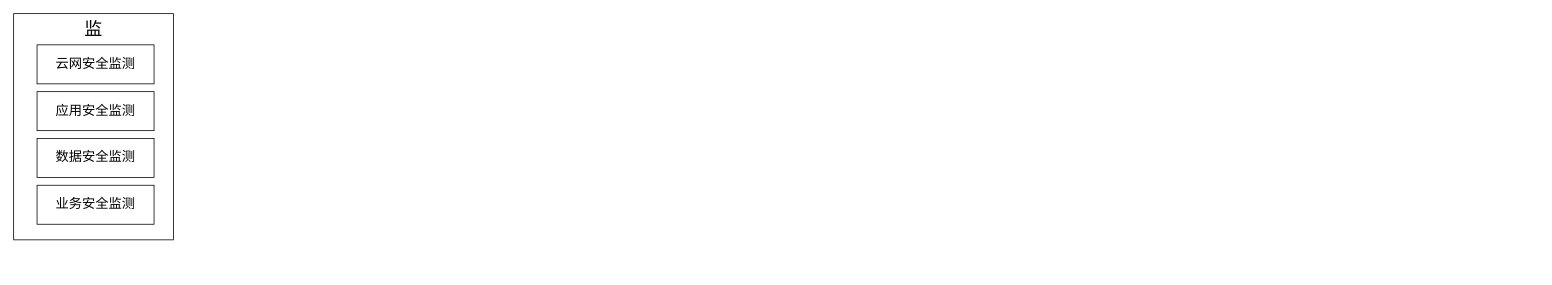
razor/1102_decoration keeps this draw.io diagram as 2024安全技术能力全景图.drawio. Above is the earlier version. Source tidied: cells renumbered, new cells numbered last; positions are measured from the earlier drawing's top-left corner, leaving out a move shared by most shapes. Both pictures are drawn from the tidied source at 78%, with x=0, y=0 at pixel (13, 13).
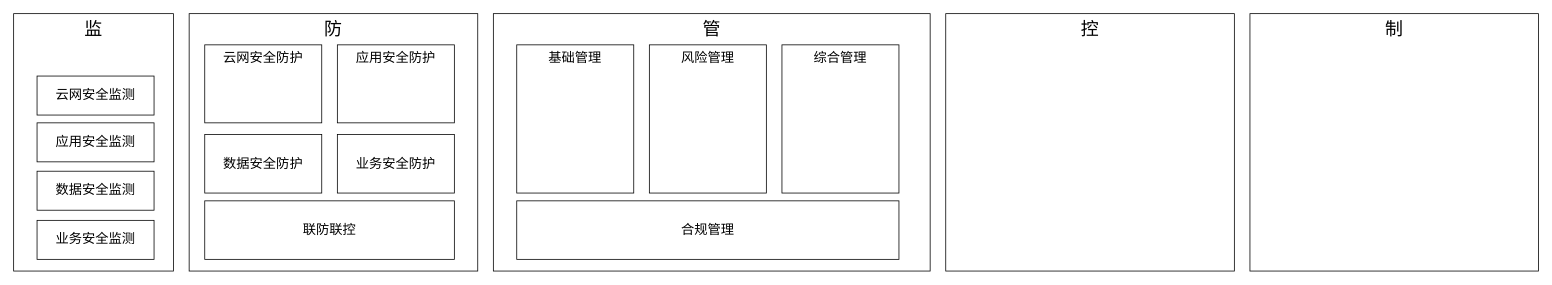
After the change.

Commit message (it also covers changes not shown here):
更新2024安全技术能力全景图.drawio

What changed in the source:
```diff
@@
 <mxGraphModel>
   <root>
     <mxCell id="0" />
     <mxCell id="1" parent="0" />
     <mxCell id="2" value="&lt;span style=&quot;font-size: 23px;&quot;&gt;监&lt;/span&gt;" style="rounded=0;whiteSpace=wrap;html=1;verticalAlign=top;fontSize=23;fontStyle=0;" parent="1" vertex="1">
-      <mxGeometry width="205" height="290" as="geometry" />
+      <mxGeometry width="205" height="330" as="geometry" />
     </mxCell>
     <mxCell id="3" value="&lt;font style=&quot;font-size: 17px;&quot;&gt;云网安全监测&lt;/font&gt;" style="rounded=0;whiteSpace=wrap;html=1;fontStyle=0;" parent="1" vertex="1">
-      <mxGeometry x="30" y="40" width="150" height="50" as="geometry" />
+      <mxGeometry x="30" y="80" width="150" height="50" as="geometry" />
     </mxCell>
     <mxCell id="4" value="&lt;font style=&quot;font-size: 17px;&quot;&gt;应用安全监测&lt;/font&gt;" style="rounded=0;whiteSpace=wrap;html=1;fontStyle=0;" parent="1" vertex="1">
-      <mxGeometry x="30" y="100" width="150" height="50" as="geometry" />
+      <mxGeometry x="30" y="140" width="150" height="50" as="geometry" />
     </mxCell>
     <mxCell id="5" value="&lt;font style=&quot;font-size: 17px;&quot;&gt;数据安全监测&lt;/font&gt;" style="rounded=0;whiteSpace=wrap;html=1;fontStyle=0;" parent="1" vertex="1">
-      <mxGeometry x="30" y="160" width="150" height="50" as="geometry" />
+      <mxGeometry x="30" y="202" width="150" height="50" as="geometry" />
     </mxCell>
     <mxCell id="6" value="&lt;font style=&quot;font-size: 17px;&quot;&gt;业务安全监测&lt;/font&gt;" style="rounded=0;whiteSpace=wrap;html=1;fontStyle=0;" parent="1" vertex="1">
-      <mxGeometry x="30" y="220" width="150" height="50" as="geometry" />
+      <mxGeometry x="30" y="265" width="150" height="50" as="geometry" />
     </mxCell>
+    <mxCell id="7" value="&lt;span style=&quot;font-size: 23px;&quot;&gt;防&lt;/span&gt;" style="rounded=0;whiteSpace=wrap;html=1;verticalAlign=top;fontSize=23;fontStyle=0;" parent="1" vertex="1">
+      <mxGeometry x="225" width="370" height="330" as="geometry" />
+    </mxCell>
+    <mxCell id="8" value="云网安全防护" style="rounded=0;whiteSpace=wrap;html=1;verticalAlign=top;fontSize=17;" parent="1" vertex="1">
+      <mxGeometry x="245" y="40" width="150" height="100" as="geometry" />
+    </mxCell>
+    <mxCell id="9" value="应用安全防护" style="rounded=0;whiteSpace=wrap;html=1;verticalAlign=top;fontSize=17;" parent="1" vertex="1">
+      <mxGeometry x="415" y="40" width="150" height="100" as="geometry" />
+    </mxCell>
+    <mxCell id="10" value="数据安全防护" style="rounded=0;whiteSpace=wrap;html=1;fontSize=17;" parent="1" vertex="1">
+      <mxGeometry x="245" y="155" width="150" height="75" as="geometry" />
+    </mxCell>
+    <mxCell id="11" value="业务安全防护" style="rounded=0;whiteSpace=wrap;html=1;fontSize=17;" parent="1" vertex="1">
+      <mxGeometry x="415" y="155" width="150" height="75" as="geometry" />
+    </mxCell>
+    <mxCell id="12" value="联防联控" style="rounded=0;whiteSpace=wrap;html=1;fontSize=17;" parent="1" vertex="1">
+      <mxGeometry x="245" y="240" width="320" height="75" as="geometry" />
+    </mxCell>
+    <mxCell id="13" value="&lt;span style=&quot;font-size: 23px;&quot;&gt;管&lt;/span&gt;" style="rounded=0;whiteSpace=wrap;html=1;verticalAlign=top;fontSize=23;fontStyle=0;" parent="1" vertex="1">
+      <mxGeometry x="615" width="560" height="330" as="geometry" />
+    </mxCell>
+    <mxCell id="14" value="基础管理" style="rounded=0;whiteSpace=wrap;html=1;verticalAlign=top;fontSize=17;" parent="1" vertex="1">
+      <mxGeometry x="645" y="40" width="150" height="190" as="geometry" />
+    </mxCell>
+    <mxCell id="15" value="风险管理" style="rounded=0;whiteSpace=wrap;html=1;verticalAlign=top;fontSize=17;" parent="1" vertex="1">
+      <mxGeometry x="815" y="40" width="150" height="190" as="geometry" />
+    </mxCell>
+    <mxCell id="16" value="综合管理" style="rounded=0;whiteSpace=wrap;html=1;verticalAlign=top;fontSize=17;" parent="1" vertex="1">
+      <mxGeometry x="985" y="40" width="150" height="190" as="geometry" />
+    </mxCell>
+    <mxCell id="17" value="合规管理" style="rounded=0;whiteSpace=wrap;html=1;fontSize=17;" parent="1" vertex="1">
+      <mxGeometry x="645" y="240" width="490" height="75" as="geometry" />
+    </mxCell>
+    <mxCell id="18" value="&lt;span style=&quot;font-size: 23px;&quot;&gt;控&lt;/span&gt;" style="rounded=0;whiteSpace=wrap;html=1;verticalAlign=top;fontSize=23;fontStyle=0;" parent="1" vertex="1">
+      <mxGeometry x="1195" width="370" height="330" as="geometry" />
+    </mxCell>
+    <mxCell id="19" value="&lt;span style=&quot;font-size: 23px;&quot;&gt;制&lt;/span&gt;" style="rounded=0;whiteSpace=wrap;html=1;verticalAlign=top;fontSize=23;fontStyle=0;" parent="1" vertex="1">
+      <mxGeometry x="1585" width="370" height="330" as="geometry" />
+    </mxCell>
   </root>
 </mxGraphModel>
```
